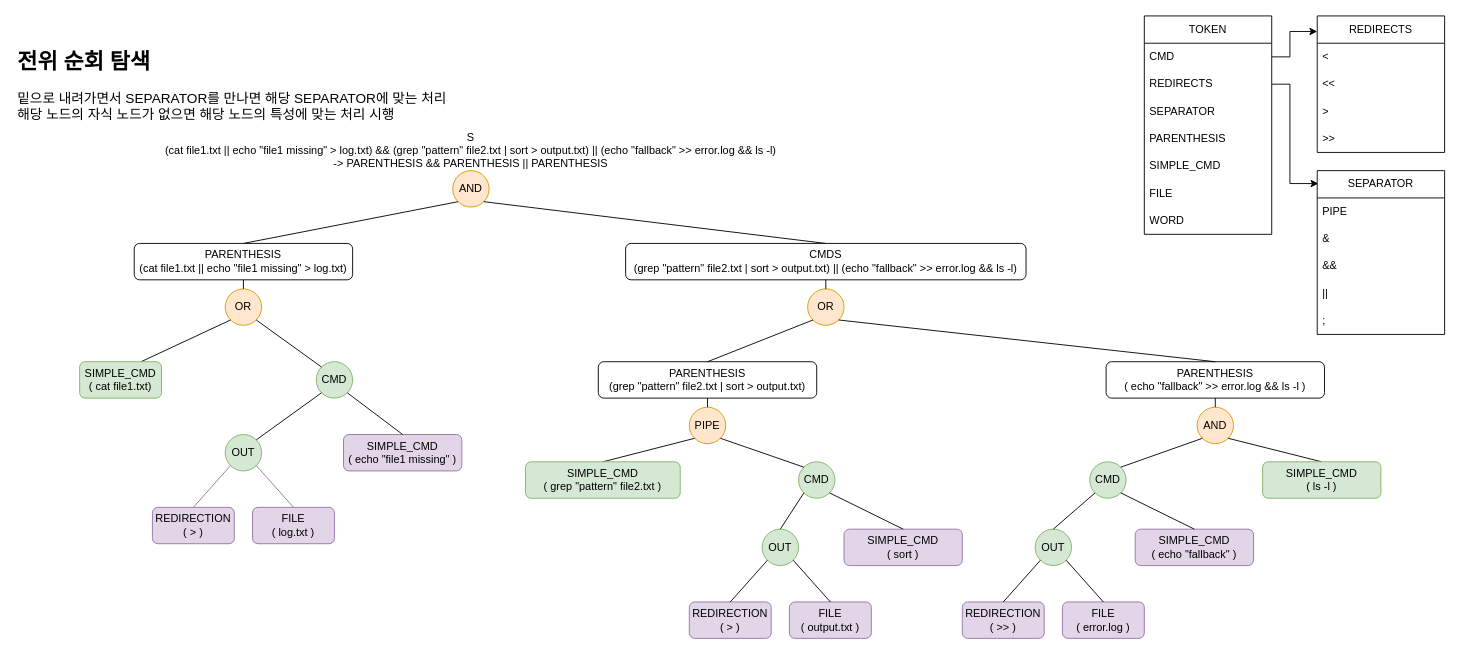
Earlier version of the draw.io diagram page "페이지-3" (3 of 3) of parsing_tree.drawio (blue-orion/minishell). Source tidied: cells renumbered, new cells numbered last; positions are measured from the earlier drawing's top-left corner, leaving out a move shared by most shapes. Both pictures are drawn from the tidied source at 91%, with x=0, y=0 at pixel (15, 15).
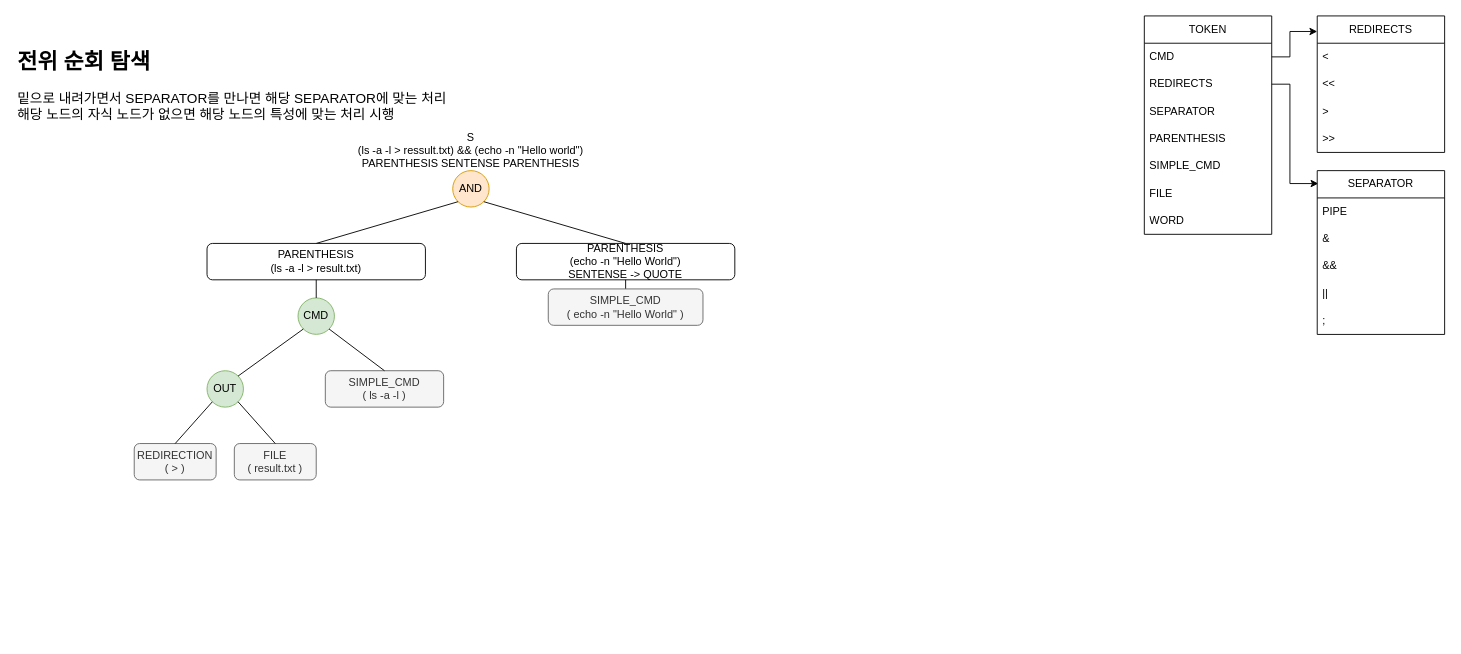
The same page after the edit.

Unchanged cells that the change refers to:
```xml
<mxCell id="25" value="AND" style="ellipse;whiteSpace=wrap;html=1;fontStyle=0;fillColor=#ffe6cc;strokeColor=#d79b00;" parent="1" vertex="1">
  <mxGeometry x="480" y="170" width="40" height="40" as="geometry" />
</mxCell>
```

The edit, as a diff of the source:
```diff
@@
-    <mxCell id="24" value="S&#10;(cat file1.txt || echo &quot;file1 missing&quot; &gt; log.txt) &amp;&amp; (grep &quot;pattern&quot; file2.txt | sort &gt; output.txt) || (echo &quot;fallback&quot; &gt;&gt; error.log &amp;&amp; ls -l)&#10;-&gt; PARENTHESIS &amp;&amp; PARENTHESIS || PARENTHESIS" style="text;whiteSpace=wrap;fontStyle=0;align=center;" parent="1" vertex="1">
+    <mxCell id="24" value="S&#10;(ls -a -l &gt; ressult.txt) &amp;&amp; (echo -n &quot;Hello world&quot;)&#10;PARENTHESIS SENTENSE PARENTHESIS" style="text;whiteSpace=wrap;fontStyle=0;align=center;" parent="1" vertex="1">
       <mxGeometry x="160" y="120" width="680" height="50" as="geometry" />
     </mxCell>
@@
-    <mxCell id="27" style="endArrow=none;html=1;rounded=0;entryX=1;entryY=1;entryDx=0;entryDy=0;exitX=0.5;exitY=0;exitDx=0;exitDy=0;" parent="1" edge="1" source="29" target="25">
+    <mxCell id="27" style="endArrow=none;html=1;rounded=0;entryX=1;entryY=1;entryDx=0;entryDy=0;exitX=0.5;exitY=0;exitDx=0;exitDy=0;" parent="1" edge="1" source="46" target="25">
       <mxGeometry relative="1" as="geometry" />
     </mxCell>
-    <mxCell id="28" value="PARENTHESIS&lt;br&gt;(cat file1.txt || echo &quot;file1 missing&quot; &amp;gt; log.txt)" style="rounded=1;whiteSpace=wrap;html=1;" parent="1" vertex="1">
-      <mxGeometry x="130" y="250" width="240" height="40" as="geometry" />
+    <mxCell id="28" value="PARENTHESIS&lt;br&gt;(ls -a -l &amp;gt; result.txt)" style="rounded=1;whiteSpace=wrap;html=1;" parent="1" vertex="1">
+      <mxGeometry x="210" y="250" width="240" height="40" as="geometry" />
     </mxCell>
-    <mxCell id="29" value="CMDS&lt;br&gt;(grep &quot;pattern&quot; file2.txt | sort &amp;gt; output.txt) || (echo &quot;fallback&quot; &amp;gt;&amp;gt; error.log &amp;amp;&amp;amp; ls -l)" style="rounded=1;whiteSpace=wrap;html=1;" parent="1" vertex="1">
-      <mxGeometry x="670" y="250" width="440" height="40" as="geometry" />
-    </mxCell>
-    <mxCell id="30" value="OR" style="ellipse;whiteSpace=wrap;html=1;fillColor=#ffe6cc;strokeColor=#d79b00;" parent="1" vertex="1">
-      <mxGeometry x="230" y="300" width="40" height="40" as="geometry" />
-    </mxCell>
     <mxCell id="31" value="CMD" style="ellipse;whiteSpace=wrap;html=1;fillColor=#d5e8d4;strokeColor=#82b366;" parent="1" vertex="1">
-      <mxGeometry x="330" y="380" width="40" height="40" as="geometry" />
+      <mxGeometry x="310" y="309.9" width="40" height="40" as="geometry" />
     </mxCell>
-    <mxCell id="32" style="endArrow=none;html=1;rounded=0;entryX=0.5;entryY=1;entryDx=0;entryDy=0;exitX=0.5;exitY=0;exitDx=0;exitDy=0;" parent="1" edge="1" source="30" target="28">
-      <mxGeometry relative="1" as="geometry" />
-    </mxCell>
-    <mxCell id="33" style="endArrow=none;html=1;rounded=0;entryX=0;entryY=1;entryDx=0;entryDy=0;exitX=0.75;exitY=0;exitDx=0;exitDy=0;" parent="1" edge="1" source="35" target="30">
-      <mxGeometry relative="1" as="geometry" />
-    </mxCell>
-    <mxCell id="34" style="endArrow=none;html=1;rounded=0;entryX=1;entryY=1;entryDx=0;entryDy=0;exitX=0;exitY=0;exitDx=0;exitDy=0;" parent="1" edge="1" source="31" target="30">
-      <mxGeometry relative="1" as="geometry" />
-    </mxCell>
-    <mxCell id="35" value="SIMPLE_CMD&lt;br&gt;( cat file1.txt)" style="rounded=1;whiteSpace=wrap;html=1;fillColor=#d5e8d4;strokeColor=#82b366;" parent="1" vertex="1">
-      <mxGeometry x="70" y="380" width="90" height="40" as="geometry" />
-    </mxCell>
     <mxCell id="36" value="OUT" style="ellipse;whiteSpace=wrap;html=1;fillColor=#d5e8d4;strokeColor=#82b366;" parent="1" vertex="1">
-      <mxGeometry x="230" y="460" width="40" height="40" as="geometry" />
+      <mxGeometry x="210" y="389.9" width="40" height="40" as="geometry" />
     </mxCell>
-    <mxCell id="37" value="REDIRECTION&lt;div&gt;( &amp;gt; )&lt;/div&gt;" style="rounded=1;whiteSpace=wrap;html=1;fillColor=#e1d5e7;strokeColor=#9673a6;" parent="1" vertex="1">
-      <mxGeometry x="150" y="540" width="90" height="40" as="geometry" />
+    <mxCell id="37" value="REDIRECTION&lt;div&gt;( &amp;gt; )&lt;/div&gt;" style="rounded=1;whiteSpace=wrap;html=1;fillColor=#f5f5f5;fontColor=#333333;strokeColor=#666666;" parent="1" vertex="1">
+      <mxGeometry x="130" y="469.9" width="90" height="40" as="geometry" />
     </mxCell>
-    <mxCell id="38" value="FILE&lt;br&gt;( log.txt )" style="rounded=1;whiteSpace=wrap;html=1;fillColor=#e1d5e7;strokeColor=#9673a6;" parent="1" vertex="1">
-      <mxGeometry x="260" y="540" width="90" height="40" as="geometry" />
+    <mxCell id="38" value="FILE&lt;br&gt;( result.txt )" style="rounded=1;whiteSpace=wrap;html=1;fillColor=#f5f5f5;fontColor=#333333;strokeColor=#666666;" parent="1" vertex="1">
+      <mxGeometry x="240" y="469.9" width="90" height="40" as="geometry" />
     </mxCell>
-    <mxCell id="39" value="SIMPLE_CMD&lt;br&gt;( echo &quot;file1 missing&quot; )" style="rounded=1;whiteSpace=wrap;html=1;fillColor=#e1d5e7;strokeColor=#9673a6;" parent="1" vertex="1">
-      <mxGeometry x="360" y="460" width="130" height="40" as="geometry" />
+    <mxCell id="39" value="SIMPLE_CMD&lt;br&gt;( ls -a -l )" style="rounded=1;whiteSpace=wrap;html=1;fillColor=#f5f5f5;fontColor=#333333;strokeColor=#666666;" parent="1" vertex="1">
+      <mxGeometry x="340" y="389.9" width="130" height="40" as="geometry" />
     </mxCell>
@@
-    <mxCell id="41" style="endArrow=none;html=1;rounded=0;entryX=0.5;entryY=0;entryDx=0;entryDy=0;exitX=0;exitY=1;exitDx=0;exitDy=0;fillColor=#e1d5e7;strokeColor=#9673a6;" parent="1" edge="1" source="36" target="37">
+    <mxCell id="41" style="endArrow=none;html=1;rounded=0;entryX=0.5;entryY=0;entryDx=0;entryDy=0;exitX=0;exitY=1;exitDx=0;exitDy=0;" parent="1" edge="1" source="36" target="37">
       <mxGeometry relative="1" as="geometry" />
     </mxCell>
-    <mxCell id="42" style="endArrow=none;html=1;rounded=0;entryX=0.5;entryY=0;entryDx=0;entryDy=0;exitX=1;exitY=1;exitDx=0;exitDy=0;fillColor=#e1d5e7;strokeColor=#9673a6;" parent="1" edge="1" source="36" target="38">
+    <mxCell id="42" style="endArrow=none;html=1;rounded=0;entryX=0.5;entryY=0;entryDx=0;entryDy=0;exitX=1;exitY=1;exitDx=0;exitDy=0;" parent="1" edge="1" source="36" target="38">
       <mxGeometry relative="1" as="geometry" />
     </mxCell>
@@
-    <mxCell id="44" value="OR" style="ellipse;whiteSpace=wrap;html=1;fillColor=#ffe6cc;strokeColor=#d79b00;" parent="1" vertex="1">
-      <mxGeometry x="870" y="300" width="40" height="40" as="geometry" />
-    </mxCell>
-    <mxCell id="45" style="endArrow=none;html=1;rounded=0;entryX=0.5;entryY=1;entryDx=0;entryDy=0;exitX=0.5;exitY=0;exitDx=0;exitDy=0;" parent="1" edge="1" source="44" target="29">
-      <mxGeometry relative="1" as="geometry" />
-    </mxCell>
-    <mxCell id="46" value="PARENTHESIS&lt;br&gt;(grep &quot;pattern&quot; file2.txt | sort &amp;gt; output.txt)" style="rounded=1;whiteSpace=wrap;html=1;" parent="1" vertex="1">
-      <mxGeometry x="640" y="380" width="240" height="40" as="geometry" />
+    <mxCell id="46" value="PARENTHESIS&lt;br&gt;(echo -n &quot;Hello World&quot;)&lt;div&gt;SENTENSE -&amp;gt; QUOTE&lt;/div&gt;" style="rounded=1;whiteSpace=wrap;html=1;" parent="1" vertex="1">
+      <mxGeometry x="550" y="250" width="240" height="40" as="geometry" />
     </mxCell>
-    <mxCell id="47" value="PARENTHESIS&lt;br&gt;( echo &quot;fallback&quot; &amp;gt;&amp;gt; error.log &amp;amp;&amp;amp; ls -l )" style="rounded=1;whiteSpace=wrap;html=1;" parent="1" vertex="1">
-      <mxGeometry x="1198" y="380" width="240" height="40" as="geometry" />
-    </mxCell>
-    <mxCell id="48" style="endArrow=none;html=1;rounded=0;entryX=0;entryY=1;entryDx=0;entryDy=0;exitX=0.5;exitY=0;exitDx=0;exitDy=0;" parent="1" edge="1" source="46" target="44">
-      <mxGeometry relative="1" as="geometry" />
-    </mxCell>
-    <mxCell id="49" style="endArrow=none;html=1;rounded=0;entryX=1;entryY=1;entryDx=0;entryDy=0;exitX=0.5;exitY=0;exitDx=0;exitDy=0;" parent="1" edge="1" source="47" target="44">
-      <mxGeometry relative="1" as="geometry" />
-    </mxCell>
-    <mxCell id="50" value="PIPE" style="ellipse;whiteSpace=wrap;html=1;fillColor=#ffe6cc;strokeColor=#d79b00;" parent="1" vertex="1">
-      <mxGeometry x="740" y="430" width="40" height="40" as="geometry" />
-    </mxCell>
-    <mxCell id="51" style="endArrow=none;html=1;rounded=0;entryX=0.5;entryY=1;entryDx=0;entryDy=0;exitX=0.5;exitY=0;exitDx=0;exitDy=0;" parent="1" edge="1" source="50" target="46">
-      <mxGeometry relative="1" as="geometry" />
+    <mxCell id="51" style="endArrow=none;html=1;rounded=0;entryX=0.5;entryY=1;entryDx=0;entryDy=0;exitX=0.5;exitY=0;exitDx=0;exitDy=0;" parent="1" edge="1" target="46">
+      <mxGeometry relative="1" as="geometry">
+        <mxPoint x="670" y="300" as="sourcePoint" />
+      </mxGeometry>
     </mxCell>
-    <mxCell id="52" value="CMD" style="ellipse;whiteSpace=wrap;html=1;fillColor=#d5e8d4;strokeColor=#82b366;" parent="1" vertex="1">
-      <mxGeometry x="860" y="490" width="40" height="40" as="geometry" />
-    </mxCell>
-    <mxCell id="53" style="endArrow=none;html=1;rounded=0;entryX=0;entryY=1;entryDx=0;entryDy=0;exitX=0.5;exitY=0;exitDx=0;exitDy=0;" parent="1" edge="1" source="55" target="50">
-      <mxGeometry relative="1" as="geometry" />
-    </mxCell>
-    <mxCell id="54" style="endArrow=none;html=1;rounded=0;entryX=1;entryY=1;entryDx=0;entryDy=0;exitX=0;exitY=0;exitDx=0;exitDy=0;" parent="1" edge="1" source="52" target="50">
-      <mxGeometry relative="1" as="geometry" />
-    </mxCell>
-    <mxCell id="55" value="SIMPLE_CMD&lt;br&gt;( grep &quot;pattern&quot; file2.txt&amp;nbsp;)" style="rounded=1;whiteSpace=wrap;html=1;fillColor=#d5e8d4;strokeColor=#82b366;" parent="1" vertex="1">
-      <mxGeometry x="560" y="490" width="170" height="40" as="geometry" />
+    <mxCell id="55" value="SIMPLE_CMD&lt;br&gt;( echo -n &quot;Hello World&quot; )" style="rounded=1;whiteSpace=wrap;html=1;fillColor=#f5f5f5;strokeColor=#666666;fontColor=#333333;" parent="1" vertex="1">
+      <mxGeometry x="585" y="300" width="170" height="40" as="geometry" />
     </mxCell>
-    <mxCell id="56" value="OUT" style="ellipse;whiteSpace=wrap;html=1;fillColor=#d5e8d4;strokeColor=#82b366;" parent="1" vertex="1">
-      <mxGeometry x="820" y="564" width="40" height="40" as="geometry" />
-    </mxCell>
-    <mxCell id="57" value="REDIRECTION&lt;div&gt;( &amp;gt; )&lt;/div&gt;" style="rounded=1;whiteSpace=wrap;html=1;fillColor=#e1d5e7;strokeColor=#9673a6;" parent="1" vertex="1">
-      <mxGeometry x="740" y="644" width="90" height="40" as="geometry" />
-    </mxCell>
-    <mxCell id="58" value="FILE&lt;br&gt;( output.txt )" style="rounded=1;whiteSpace=wrap;html=1;fillColor=#e1d5e7;strokeColor=#9673a6;" parent="1" vertex="1">
-      <mxGeometry x="850" y="644" width="90" height="40" as="geometry" />
-    </mxCell>
-    <mxCell id="59" style="endArrow=none;html=1;rounded=0;entryX=0.5;entryY=0;entryDx=0;entryDy=0;exitX=0;exitY=1;exitDx=0;exitDy=0;" parent="1" edge="1" source="56" target="57">
-      <mxGeometry relative="1" as="geometry" />
-    </mxCell>
-    <mxCell id="60" style="endArrow=none;html=1;rounded=0;entryX=0.5;entryY=0;entryDx=0;entryDy=0;exitX=1;exitY=1;exitDx=0;exitDy=0;" parent="1" edge="1" source="56" target="58">
-      <mxGeometry relative="1" as="geometry" />
-    </mxCell>
-    <mxCell id="61" style="endArrow=none;html=1;rounded=0;entryX=0.5;entryY=0;entryDx=0;entryDy=0;exitX=0;exitY=1;exitDx=0;exitDy=0;" parent="1" edge="1" source="52" target="56">
-      <mxGeometry relative="1" as="geometry" />
-    </mxCell>
-    <mxCell id="62" value="SIMPLE_CMD&lt;br&gt;( sort )" style="rounded=1;whiteSpace=wrap;html=1;fillColor=#e1d5e7;strokeColor=#9673a6;" parent="1" vertex="1">
-      <mxGeometry x="910" y="564" width="130" height="40" as="geometry" />
-    </mxCell>
-    <mxCell id="63" style="endArrow=none;html=1;rounded=0;entryX=0.5;entryY=0;entryDx=0;entryDy=0;exitX=1;exitY=1;exitDx=0;exitDy=0;" parent="1" edge="1" source="52" target="62">
-      <mxGeometry relative="1" as="geometry" />
-    </mxCell>
-    <mxCell id="64" value="AND" style="ellipse;whiteSpace=wrap;html=1;fillColor=#ffe6cc;strokeColor=#d79b00;" parent="1" vertex="1">
-      <mxGeometry x="1298" y="430" width="40" height="40" as="geometry" />
-    </mxCell>
-    <mxCell id="65" value="CMD" style="ellipse;whiteSpace=wrap;html=1;fillColor=#d5e8d4;strokeColor=#82b366;" parent="1" vertex="1">
-      <mxGeometry x="1180" y="490" width="40" height="40" as="geometry" />
-    </mxCell>
-    <mxCell id="66" style="endArrow=none;html=1;rounded=0;entryX=0;entryY=1;entryDx=0;entryDy=0;exitX=1;exitY=0;exitDx=0;exitDy=0;" parent="1" edge="1" source="65" target="64">
-      <mxGeometry relative="1" as="geometry" />
-    </mxCell>
-    <mxCell id="67" style="endArrow=none;html=1;rounded=0;entryX=1;entryY=1;entryDx=0;entryDy=0;exitX=0.5;exitY=0;exitDx=0;exitDy=0;" parent="1" edge="1" source="77" target="64">
-      <mxGeometry relative="1" as="geometry" />
-    </mxCell>
-    <mxCell id="68" style="endArrow=none;html=1;rounded=0;entryX=0.5;entryY=1;entryDx=0;entryDy=0;exitX=0.5;exitY=0;exitDx=0;exitDy=0;" parent="1" edge="1" source="64" target="47">
-      <mxGeometry relative="1" as="geometry" />
-    </mxCell>
-    <mxCell id="69" value="OUT" style="ellipse;whiteSpace=wrap;html=1;fillColor=#d5e8d4;strokeColor=#82b366;" parent="1" vertex="1">
-      <mxGeometry x="1120" y="564" width="40" height="40" as="geometry" />
-    </mxCell>
-    <mxCell id="70" value="REDIRECTION&lt;div&gt;( &amp;gt;&amp;gt; )&lt;/div&gt;" style="rounded=1;whiteSpace=wrap;html=1;fillColor=#e1d5e7;strokeColor=#9673a6;" parent="1" vertex="1">
-      <mxGeometry x="1040" y="644" width="90" height="40" as="geometry" />
-    </mxCell>
-    <mxCell id="71" value="FILE&lt;br&gt;( error.log )" style="rounded=1;whiteSpace=wrap;html=1;fillColor=#e1d5e7;strokeColor=#9673a6;" parent="1" vertex="1">
-      <mxGeometry x="1150" y="644" width="90" height="40" as="geometry" />
-    </mxCell>
-    <mxCell id="72" style="endArrow=none;html=1;rounded=0;entryX=0.5;entryY=0;entryDx=0;entryDy=0;exitX=0;exitY=1;exitDx=0;exitDy=0;" parent="1" edge="1" source="69" target="70">
-      <mxGeometry relative="1" as="geometry" />
-    </mxCell>
-    <mxCell id="73" style="endArrow=none;html=1;rounded=0;entryX=0.5;entryY=0;entryDx=0;entryDy=0;exitX=1;exitY=1;exitDx=0;exitDy=0;" parent="1" edge="1" source="69" target="71">
-      <mxGeometry relative="1" as="geometry" />
-    </mxCell>
-    <mxCell id="74" style="endArrow=none;html=1;rounded=0;entryX=0;entryY=1;entryDx=0;entryDy=0;exitX=0.5;exitY=0;exitDx=0;exitDy=0;" parent="1" edge="1" source="69" target="65">
-      <mxGeometry relative="1" as="geometry" />
-    </mxCell>
-    <mxCell id="75" value="SIMPLE_CMD&lt;br&gt;( echo &quot;fallback&quot; )" style="rounded=1;whiteSpace=wrap;html=1;fillColor=#e1d5e7;strokeColor=#9673a6;" parent="1" vertex="1">
-      <mxGeometry x="1230" y="564" width="130" height="40" as="geometry" />
-    </mxCell>
-    <mxCell id="76" style="endArrow=none;html=1;rounded=0;entryX=1;entryY=1;entryDx=0;entryDy=0;exitX=0.5;exitY=0;exitDx=0;exitDy=0;" parent="1" edge="1" source="75" target="65">
-      <mxGeometry relative="1" as="geometry" />
-    </mxCell>
-    <mxCell id="77" value="SIMPLE_CMD&lt;br&gt;( ls -l )" style="rounded=1;whiteSpace=wrap;html=1;fillColor=#d5e8d4;strokeColor=#82b366;" parent="1" vertex="1">
-      <mxGeometry x="1370" y="490" width="130" height="40" as="geometry" />
-    </mxCell>
@@
+    <mxCell id="79" style="endArrow=none;html=1;rounded=0;entryX=0.5;entryY=1;entryDx=0;entryDy=0;exitX=0.5;exitY=0;exitDx=0;exitDy=0;" parent="1" edge="1" source="31" target="28">
+      <mxGeometry relative="1" as="geometry" />
+    </mxCell>
```
